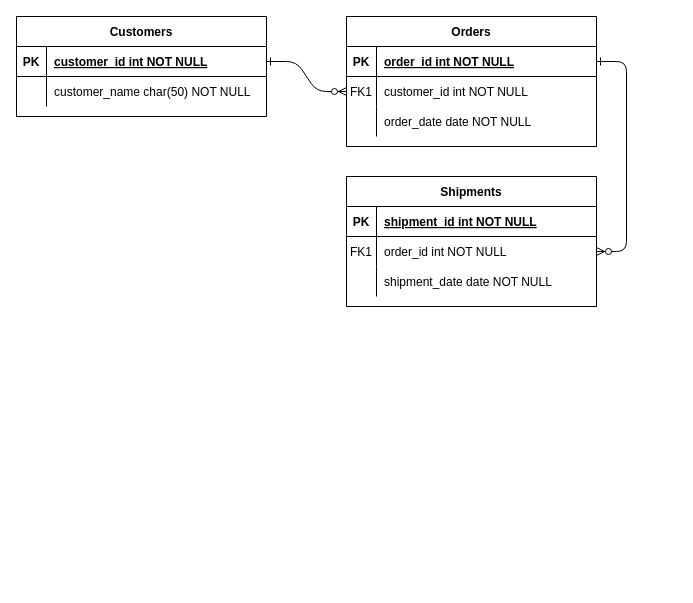
This is migrations/Untitled Diagram.drawio from YBYuan007/BootcampX, a draw.io file, before an edit. Source tidied: cells renumbered, new cells numbered last; positions are measured from the earlier drawing's top-left corner, leaving out a move shared by most shapes. Both pictures are drawn from the tidied source at 100%, with x=0, y=0 at pixel (16, 16).
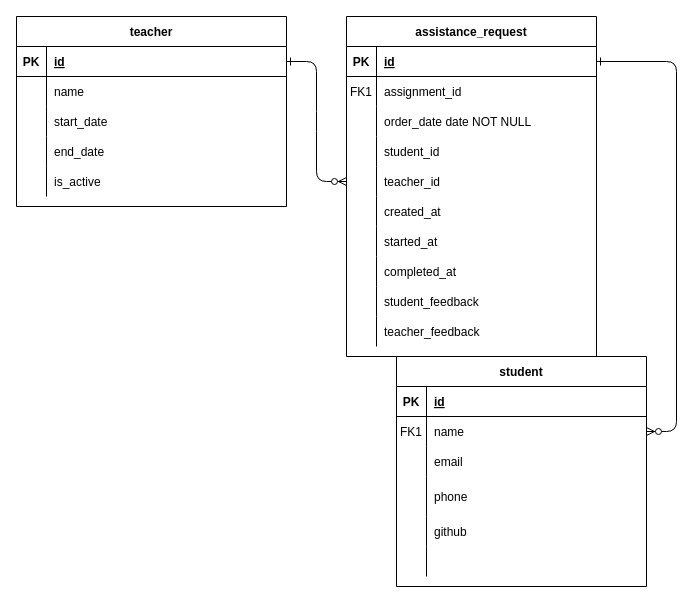
The same page after the edit.

Commit message:
ERD Draft

The change refers to these unchanged cells:
```xml
<mxCell id="5" style="shape=partialRectangle;fillColor=none;points=[[0,0.5],[1,0.5]];portConstraint=eastwest;top=0;left=0;right=0;bottom=1;" parent="4" vertex="1">
  <mxGeometry y="30" width="250" height="30" as="geometry" />
</mxCell>
<mxCell id="8" style="shape=partialRectangle;fillColor=none;points=[[0,0.5],[1,0.5]];portConstraint=eastwest;top=0;left=0;right=0;bottom=0;" parent="4" vertex="1">
  <mxGeometry y="60" width="250" height="30" as="geometry" />
</mxCell>
<mxCell id="15" style="shape=partialRectangle;fillColor=none;top=0;left=0;right=0;bottom=1;" parent="14" vertex="1">
  <mxGeometry y="30" width="250" height="30" as="geometry" />
</mxCell>
<mxCell id="18" style="shape=partialRectangle;fillColor=none;points=[[0,0.5],[1,0.5]];portConstraint=eastwest;top=0;left=0;right=0;bottom=0;" parent="14" vertex="1">
  <mxGeometry y="60" width="250" height="30" as="geometry" />
</mxCell>
<mxCell id="21" style="shape=partialRectangle;fillColor=none;top=0;left=0;right=0;bottom=0;" parent="14" vertex="1">
  <mxGeometry y="90" width="250" height="30" as="geometry" />
</mxCell>
```

The edit, as a diff of the source:
```diff
@@
-    <mxCell id="2" style="edgeStyle=entityRelationEdgeStyle;endArrow=ERzeroToMany;startArrow=ERone;endFill=1;startFill=0;" parent="1" edge="1" source="25" target="8">
+    <mxCell id="2" style="edgeStyle=entityRelationEdgeStyle;endArrow=ERzeroToMany;startArrow=ERone;endFill=1;startFill=0;entryX=0;entryY=0.5;entryDx=0;entryDy=0;" parent="1" edge="1" source="25" target="34">
       <mxGeometry relative="1" as="geometry" />
     </mxCell>
@@
-    <mxCell id="4" value="Orders" style="shape=table;startSize=30;childLayout=tableLayout;rowLines=0;fontStyle=1;align=center;" parent="1" vertex="1">
-      <mxGeometry x="330" width="250" height="130" as="geometry" />
+    <mxCell id="4" value="assistance_request" style="shape=table;startSize=30;childLayout=tableLayout;rowLines=0;fontStyle=1;align=center;" parent="1" vertex="1">
+      <mxGeometry x="330" width="250" height="340" as="geometry" />
     </mxCell>
@@
-    <mxCell id="7" value="order_id int NOT NULL " style="shape=partialRectangle;overflow=hidden;fillColor=none;top=0;left=0;bottom=0;right=0;align=left;spacingLeft=6;fontStyle=5;" parent="5" vertex="1">
+    <mxCell id="7" value="id" style="shape=partialRectangle;overflow=hidden;fillColor=none;top=0;left=0;bottom=0;right=0;align=left;spacingLeft=6;fontStyle=5;" parent="5" vertex="1">
       <mxGeometry x="30" width="220" height="30" as="geometry" />
     </mxCell>
@@
-    <mxCell id="10" value="customer_id int NOT NULL" style="shape=partialRectangle;overflow=hidden;fillColor=none;top=0;left=0;bottom=0;right=0;align=left;spacingLeft=6;" parent="8" vertex="1">
+    <mxCell id="10" value="assignment_id" style="shape=partialRectangle;overflow=hidden;fillColor=none;top=0;left=0;bottom=0;right=0;align=left;spacingLeft=6;" parent="8" vertex="1">
       <mxGeometry x="30" width="220" height="30" as="geometry" />
     </mxCell>
@@
+    <mxCell id="31" style="shape=partialRectangle;fillColor=none;top=0;left=0;right=0;bottom=0;" parent="4" vertex="1">
+      <mxGeometry y="120" width="250" height="30" as="geometry" />
+    </mxCell>
+    <mxCell id="32" style="shape=partialRectangle;overflow=hidden;fillColor=none;top=0;left=0;bottom=0;right=0;" parent="31" vertex="1">
+      <mxGeometry width="30" height="30" as="geometry" />
+    </mxCell>
+    <mxCell id="33" value="student_id" style="shape=partialRectangle;overflow=hidden;fillColor=none;top=0;left=0;bottom=0;right=0;align=left;spacingLeft=6;" parent="31" vertex="1">
+      <mxGeometry x="30" width="220" height="30" as="geometry" />
+    </mxCell>
+    <mxCell id="34" style="shape=partialRectangle;fillColor=none;points=[[0,0.5],[1,0.5]];portConstraint=eastwest;top=0;left=0;right=0;bottom=0;" parent="4" vertex="1">
+      <mxGeometry y="150" width="250" height="30" as="geometry" />
+    </mxCell>
+    <mxCell id="35" style="shape=partialRectangle;overflow=hidden;fillColor=none;top=0;left=0;bottom=0;right=0;" parent="34" vertex="1">
+      <mxGeometry width="30" height="30" as="geometry" />
+    </mxCell>
+    <mxCell id="36" value="teacher_id" style="shape=partialRectangle;overflow=hidden;fillColor=none;top=0;left=0;bottom=0;right=0;align=left;spacingLeft=6;" parent="34" vertex="1">
+      <mxGeometry x="30" width="220" height="30" as="geometry" />
+    </mxCell>
+    <mxCell id="37" style="shape=partialRectangle;fillColor=none;top=0;left=0;right=0;bottom=0;" parent="4" vertex="1">
+      <mxGeometry y="180" width="250" height="30" as="geometry" />
+    </mxCell>
+    <mxCell id="38" style="shape=partialRectangle;overflow=hidden;fillColor=none;top=0;left=0;bottom=0;right=0;" parent="37" vertex="1">
+      <mxGeometry width="30" height="30" as="geometry" />
+    </mxCell>
+    <mxCell id="39" value="created_at" style="shape=partialRectangle;overflow=hidden;fillColor=none;top=0;left=0;bottom=0;right=0;align=left;spacingLeft=6;" parent="37" vertex="1">
+      <mxGeometry x="30" width="220" height="30" as="geometry" />
+    </mxCell>
+    <mxCell id="40" style="shape=partialRectangle;fillColor=none;top=0;left=0;right=0;bottom=0;" parent="4" vertex="1">
+      <mxGeometry y="210" width="250" height="30" as="geometry" />
+    </mxCell>
+    <mxCell id="41" style="shape=partialRectangle;overflow=hidden;fillColor=none;top=0;left=0;bottom=0;right=0;" parent="40" vertex="1">
+      <mxGeometry width="30" height="30" as="geometry" />
+    </mxCell>
+    <mxCell id="42" value="started_at" style="shape=partialRectangle;overflow=hidden;fillColor=none;top=0;left=0;bottom=0;right=0;align=left;spacingLeft=6;" parent="40" vertex="1">
+      <mxGeometry x="30" width="220" height="30" as="geometry" />
+    </mxCell>
+    <mxCell id="43" style="shape=partialRectangle;fillColor=none;top=0;left=0;right=0;bottom=0;" parent="4" vertex="1">
+      <mxGeometry y="240" width="250" height="30" as="geometry" />
+    </mxCell>
+    <mxCell id="44" style="shape=partialRectangle;overflow=hidden;fillColor=none;top=0;left=0;bottom=0;right=0;" parent="43" vertex="1">
+      <mxGeometry width="30" height="30" as="geometry" />
+    </mxCell>
+    <mxCell id="45" value="completed_at" style="shape=partialRectangle;overflow=hidden;fillColor=none;top=0;left=0;bottom=0;right=0;align=left;spacingLeft=6;" parent="43" vertex="1">
+      <mxGeometry x="30" width="220" height="30" as="geometry" />
+    </mxCell>
+    <mxCell id="46" style="shape=partialRectangle;fillColor=none;top=0;left=0;right=0;bottom=0;" parent="4" vertex="1">
+      <mxGeometry y="270" width="250" height="30" as="geometry" />
+    </mxCell>
+    <mxCell id="47" style="shape=partialRectangle;overflow=hidden;fillColor=none;top=0;left=0;bottom=0;right=0;" parent="46" vertex="1">
+      <mxGeometry width="30" height="30" as="geometry" />
+    </mxCell>
+    <mxCell id="48" value="student_feedback" style="shape=partialRectangle;overflow=hidden;fillColor=none;top=0;left=0;bottom=0;right=0;align=left;spacingLeft=6;" parent="46" vertex="1">
+      <mxGeometry x="30" width="220" height="30" as="geometry" />
+    </mxCell>
+    <mxCell id="49" style="shape=partialRectangle;fillColor=none;top=0;left=0;right=0;bottom=0;" parent="4" vertex="1">
+      <mxGeometry y="300" width="250" height="30" as="geometry" />
+    </mxCell>
+    <mxCell id="50" style="shape=partialRectangle;overflow=hidden;fillColor=none;top=0;left=0;bottom=0;right=0;" parent="49" vertex="1">
+      <mxGeometry width="30" height="30" as="geometry" />
+    </mxCell>
+    <mxCell id="51" value="teacher_feedback" style="shape=partialRectangle;overflow=hidden;fillColor=none;top=0;left=0;bottom=0;right=0;align=left;spacingLeft=6;" parent="49" vertex="1">
+      <mxGeometry x="30" width="220" height="30" as="geometry" />
+    </mxCell>
-    <mxCell id="14" value="Shipments" style="shape=table;startSize=30;childLayout=tableLayout;rowLines=0;fontStyle=1;align=center;" parent="1" vertex="1">
-      <mxGeometry x="330" y="160" width="250" height="130" as="geometry" />
+    <mxCell id="14" value="student" style="shape=table;startSize=30;childLayout=tableLayout;rowLines=0;fontStyle=1;align=center;" parent="1" vertex="1">
+      <mxGeometry x="380" y="340" width="250" height="230" as="geometry" />
     </mxCell>
@@
-    <mxCell id="17" value="shipment_id int NOT NULL " style="shape=partialRectangle;overflow=hidden;fillColor=none;top=0;left=0;bottom=0;right=0;align=left;spacingLeft=6;fontStyle=5;" parent="15" vertex="1">
+    <mxCell id="17" value="id" style="shape=partialRectangle;overflow=hidden;fillColor=none;top=0;left=0;bottom=0;right=0;align=left;spacingLeft=6;fontStyle=5;" parent="15" vertex="1">
       <mxGeometry x="30" width="220" height="30" as="geometry" />
     </mxCell>
@@
-    <mxCell id="20" value="order_id int NOT NULL" style="shape=partialRectangle;overflow=hidden;fillColor=none;top=0;left=0;bottom=0;right=0;align=left;spacingLeft=6;" parent="18" vertex="1">
+    <mxCell id="20" value="name" style="shape=partialRectangle;overflow=hidden;fillColor=none;top=0;left=0;bottom=0;right=0;align=left;spacingLeft=6;" parent="18" vertex="1">
       <mxGeometry x="30" width="220" height="30" as="geometry" />
     </mxCell>
@@
-    <mxCell id="23" value="shipment_date date NOT NULL" style="shape=partialRectangle;overflow=hidden;fillColor=none;top=0;left=0;bottom=0;right=0;align=left;spacingLeft=6;" parent="21" vertex="1">
+    <mxCell id="23" value="email" style="shape=partialRectangle;overflow=hidden;fillColor=none;top=0;left=0;bottom=0;right=0;align=left;spacingLeft=6;" parent="21" vertex="1">
       <mxGeometry x="30" width="220" height="30" as="geometry" />
     </mxCell>
+    <mxCell id="52" style="shape=partialRectangle;fillColor=none;top=0;left=0;right=0;bottom=0;" parent="14" vertex="1">
+      <mxGeometry y="120" width="250" height="40" as="geometry" />
+    </mxCell>
+    <mxCell id="53" style="shape=partialRectangle;overflow=hidden;fillColor=none;top=0;left=0;bottom=0;right=0;" parent="52" vertex="1">
+      <mxGeometry width="30" height="40" as="geometry" />
+    </mxCell>
+    <mxCell id="54" value="phone" style="shape=partialRectangle;overflow=hidden;fillColor=none;top=0;left=0;bottom=0;right=0;align=left;spacingLeft=6;" parent="52" vertex="1">
+      <mxGeometry x="30" width="220" height="40" as="geometry" />
+    </mxCell>
+    <mxCell id="55" style="shape=partialRectangle;fillColor=none;top=0;left=0;right=0;bottom=0;" parent="14" vertex="1">
+      <mxGeometry y="160" width="250" height="30" as="geometry" />
+    </mxCell>
+    <mxCell id="56" style="shape=partialRectangle;overflow=hidden;fillColor=none;top=0;left=0;bottom=0;right=0;" parent="55" vertex="1">
+      <mxGeometry width="30" height="30" as="geometry" />
+    </mxCell>
+    <mxCell id="57" value="github" style="shape=partialRectangle;overflow=hidden;fillColor=none;top=0;left=0;bottom=0;right=0;align=left;spacingLeft=6;" parent="55" vertex="1">
+      <mxGeometry x="30" width="220" height="30" as="geometry" />
+    </mxCell>
+    <mxCell id="58" style="shape=partialRectangle;fillColor=none;top=0;left=0;right=0;bottom=0;" parent="14" vertex="1">
+      <mxGeometry y="190" width="250" height="30" as="geometry" />
+    </mxCell>
+    <mxCell id="59" style="shape=partialRectangle;overflow=hidden;fillColor=none;top=0;left=0;bottom=0;right=0;" parent="58" vertex="1">
+      <mxGeometry width="30" height="30" as="geometry" />
+    </mxCell>
+    <mxCell id="60" style="shape=partialRectangle;overflow=hidden;fillColor=none;top=0;left=0;bottom=0;right=0;align=left;spacingLeft=6;" parent="58" vertex="1">
+      <mxGeometry x="30" width="220" height="30" as="geometry" />
+    </mxCell>
-    <mxCell id="24" value="Customers" style="shape=table;startSize=30;childLayout=tableLayout;rowLines=0;fontStyle=1;align=center;" parent="1" vertex="1">
-      <mxGeometry width="250" height="100" as="geometry" />
+    <mxCell id="24" value="teacher" style="shape=table;startSize=30;childLayout=tableLayout;rowLines=0;fontStyle=1;align=center;" parent="1" vertex="1">
+      <mxGeometry width="270" height="190" as="geometry" />
     </mxCell>
     <mxCell id="25" style="shape=partialRectangle;fillColor=none;points=[[0,0.5],[1,0.5]];portConstraint=eastwest;top=0;left=0;right=0;bottom=1;" parent="24" vertex="1">
-      <mxGeometry y="30" width="250" height="30" as="geometry" />
+      <mxGeometry y="30" width="270" height="30" as="geometry" />
     </mxCell>
@@
-    <mxCell id="27" value="customer_id int NOT NULL " style="shape=partialRectangle;overflow=hidden;fillColor=none;top=0;left=0;bottom=0;right=0;align=left;spacingLeft=6;fontStyle=5;" parent="25" vertex="1">
-      <mxGeometry x="30" width="220" height="30" as="geometry" />
+    <mxCell id="27" value="id" style="shape=partialRectangle;overflow=hidden;fillColor=none;top=0;left=0;bottom=0;right=0;align=left;spacingLeft=6;fontStyle=5;" parent="25" vertex="1">
+      <mxGeometry x="30" width="240" height="30" as="geometry" />
     </mxCell>
     <mxCell id="28" style="shape=partialRectangle;fillColor=none;top=0;left=0;right=0;bottom=0;" parent="24" vertex="1">
-      <mxGeometry y="60" width="250" height="30" as="geometry" />
+      <mxGeometry y="60" width="270" height="30" as="geometry" />
     </mxCell>
@@
-    <mxCell id="30" value="customer_name char(50) NOT NULL" style="shape=partialRectangle;overflow=hidden;fillColor=none;top=0;left=0;bottom=0;right=0;align=left;spacingLeft=6;" parent="28" vertex="1">
-      <mxGeometry x="30" width="220" height="30" as="geometry" />
+    <mxCell id="30" value="name" style="shape=partialRectangle;overflow=hidden;fillColor=none;top=0;left=0;bottom=0;right=0;align=left;spacingLeft=6;" parent="28" vertex="1">
+      <mxGeometry x="30" width="240" height="30" as="geometry" />
     </mxCell>
+    <mxCell id="61" style="shape=partialRectangle;fillColor=none;top=0;left=0;right=0;bottom=0;" parent="24" vertex="1">
+      <mxGeometry y="90" width="270" height="30" as="geometry" />
+    </mxCell>
+    <mxCell id="62" style="shape=partialRectangle;overflow=hidden;fillColor=none;top=0;left=0;bottom=0;right=0;" parent="61" vertex="1">
+      <mxGeometry width="30" height="30" as="geometry" />
+    </mxCell>
+    <mxCell id="63" value="start_date" style="shape=partialRectangle;overflow=hidden;fillColor=none;top=0;left=0;bottom=0;right=0;align=left;spacingLeft=6;" parent="61" vertex="1">
+      <mxGeometry x="30" width="240" height="30" as="geometry" />
+    </mxCell>
+    <mxCell id="64" style="shape=partialRectangle;fillColor=none;top=0;left=0;right=0;bottom=0;" parent="24" vertex="1">
+      <mxGeometry y="120" width="270" height="30" as="geometry" />
+    </mxCell>
+    <mxCell id="65" style="shape=partialRectangle;overflow=hidden;fillColor=none;top=0;left=0;bottom=0;right=0;" parent="64" vertex="1">
+      <mxGeometry width="30" height="30" as="geometry" />
+    </mxCell>
+    <mxCell id="66" value="end_date" style="shape=partialRectangle;overflow=hidden;fillColor=none;top=0;left=0;bottom=0;right=0;align=left;spacingLeft=6;" parent="64" vertex="1">
+      <mxGeometry x="30" width="240" height="30" as="geometry" />
+    </mxCell>
+    <mxCell id="67" style="shape=partialRectangle;fillColor=none;top=0;left=0;right=0;bottom=0;" parent="24" vertex="1">
+      <mxGeometry y="150" width="270" height="30" as="geometry" />
+    </mxCell>
+    <mxCell id="68" style="shape=partialRectangle;overflow=hidden;fillColor=none;top=0;left=0;bottom=0;right=0;" parent="67" vertex="1">
+      <mxGeometry width="30" height="30" as="geometry" />
+    </mxCell>
+    <mxCell id="69" value="is_active" style="shape=partialRectangle;overflow=hidden;fillColor=none;top=0;left=0;bottom=0;right=0;align=left;spacingLeft=6;" parent="67" vertex="1">
+      <mxGeometry x="30" width="240" height="30" as="geometry" />
+    </mxCell>
```
